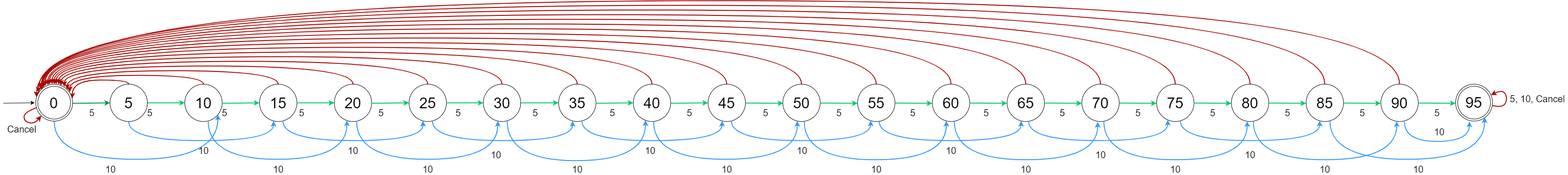
Before: pic/DFA-95.png, a diagram exported from draw.io (NatnichaTongrod/MEP-Cosmetic). Source tidied: cells renumbered, new cells last; positions are measured from the earlier drawing's top-left corner, leaving out a move shared by most shapes.
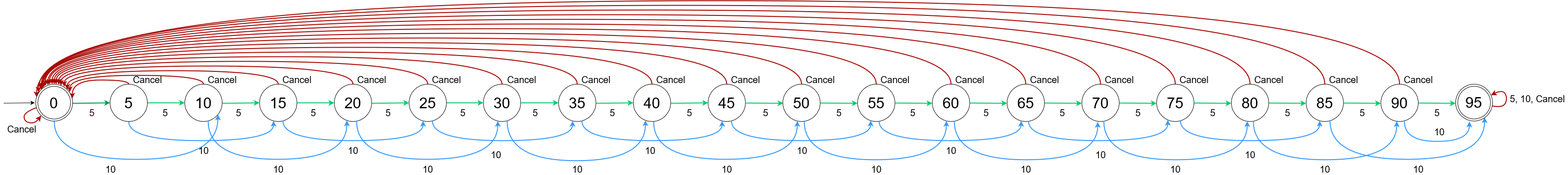
After the commit.

Diff of the diagram source:
```diff
@@ -47,7 +47,7 @@
       <mxGeometry relative="1" as="geometry" />
     </mxCell>
     <mxCell id="10" value="&lt;font style=&quot;font-size: 20px&quot;&gt;5&lt;/font&gt;" style="text;html=1;align=center;verticalAlign=middle;" parent="1" vertex="1">
-      <mxGeometry x="299" y="229.9" width="30" height="20" as="geometry" />
+      <mxGeometry x="332" y="230" width="30" height="20" as="geometry" />
     </mxCell>
     <mxCell id="11" style="edgeStyle=orthogonalEdgeStyle;curved=1;rounded=0;jettySize=auto;html=1;exitX=0.5;exitY=0;exitDx=0;exitDy=0;entryX=1;entryY=0;entryDx=0;entryDy=0;strokeWidth=2;fillColor=#e51400;strokeColor=#A80600;" parent="1" edge="1" source="12" target="116">
       <mxGeometry relative="1" as="geometry">
@@ -66,7 +66,7 @@
       </mxGeometry>
     </mxCell>
     <mxCell id="14" value="&lt;font style=&quot;font-size: 20px&quot;&gt;5&lt;/font&gt;" style="text;html=1;align=center;verticalAlign=middle;" parent="1" vertex="1">
-      <mxGeometry x="459" y="229.9" width="30" height="20" as="geometry" />
+      <mxGeometry x="489" y="229.9" width="30" height="20" as="geometry" />
     </mxCell>
     <mxCell id="15" style="edgeStyle=orthogonalEdgeStyle;curved=1;rounded=0;jettySize=auto;html=1;exitX=0.5;exitY=0;exitDx=0;exitDy=0;entryX=0.771;entryY=0.068;entryDx=0;entryDy=0;entryPerimeter=0;strokeWidth=2;fillColor=#e51400;strokeColor=#A80600;" parent="1" edge="1" source="16" target="116">
       <mxGeometry relative="1" as="geometry">
@@ -83,7 +83,7 @@
       <mxGeometry relative="1" as="geometry" />
     </mxCell>
     <mxCell id="18" value="&lt;font style=&quot;font-size: 20px&quot;&gt;5&lt;/font&gt;" style="text;html=1;align=center;verticalAlign=middle;" parent="1" vertex="1">
-      <mxGeometry x="624" y="229.9" width="30" height="20" as="geometry" />
+      <mxGeometry x="649" y="230" width="30" height="20" as="geometry" />
     </mxCell>
     <mxCell id="19" style="edgeStyle=orthogonalEdgeStyle;curved=1;rounded=0;jettySize=auto;html=1;exitX=0.5;exitY=0;exitDx=0;exitDy=0;strokeWidth=2;fillColor=#e51400;strokeColor=#A80600;entryX=0.684;entryY=0.041;entryDx=0;entryDy=0;entryPerimeter=0;" parent="1" edge="1" source="20" target="116">
       <mxGeometry relative="1" as="geometry">
@@ -102,7 +102,7 @@
       </mxGeometry>
     </mxCell>
     <mxCell id="22" value="&lt;font style=&quot;font-size: 20px&quot;&gt;5&lt;/font&gt;" style="text;html=1;align=center;verticalAlign=middle;" parent="1" vertex="1">
-      <mxGeometry x="794" y="229.9" width="30" height="20" as="geometry" />
+      <mxGeometry x="809" y="230" width="30" height="20" as="geometry" />
     </mxCell>
     <mxCell id="23" style="edgeStyle=orthogonalEdgeStyle;curved=1;rounded=0;jettySize=auto;html=1;exitX=0.5;exitY=0;exitDx=0;exitDy=0;strokeWidth=2;entryX=0.623;entryY=0.01;entryDx=0;entryDy=0;fillColor=#e51400;strokeColor=#A80600;entryPerimeter=0;" parent="1" edge="1" source="24" target="116">
       <mxGeometry relative="1" as="geometry">
@@ -121,7 +121,7 @@
       </mxGeometry>
     </mxCell>
     <mxCell id="26" value="&lt;font style=&quot;font-size: 20px&quot;&gt;5&lt;/font&gt;" style="text;html=1;align=center;verticalAlign=middle;" parent="1" vertex="1">
-      <mxGeometry x="959" y="229.9" width="30" height="20" as="geometry" />
+      <mxGeometry x="969" y="229.9" width="30" height="20" as="geometry" />
     </mxCell>
     <mxCell id="27" style="edgeStyle=orthogonalEdgeStyle;curved=1;rounded=0;jettySize=auto;html=1;exitX=0.5;exitY=0;exitDx=0;exitDy=0;strokeWidth=2;entryX=0.551;entryY=0.003;entryDx=0;entryDy=0;entryPerimeter=0;fillColor=#e51400;strokeColor=#A80600;" parent="1" edge="1" source="28" target="116">
       <mxGeometry relative="1" as="geometry">
@@ -634,5 +634,59 @@
     <mxCell id="127" value="&lt;font style=&quot;font-size: 32px&quot;&gt;5&lt;br&gt;&lt;/font&gt;" style="ellipse;whiteSpace=wrap;html=1;" parent="1" vertex="1">
       <mxGeometry x="229" y="178.9" width="80" height="80" as="geometry" />
     </mxCell>
+    <mxCell id="128" value="&lt;span style=&quot;font-size: 20px&quot;&gt;Cancel&lt;/span&gt;" style="text;html=1;align=center;verticalAlign=middle;" parent="1" vertex="1">
+      <mxGeometry x="269" y="159" width="80" height="20" as="geometry" />
+    </mxCell>
+    <mxCell id="129" value="&lt;span style=&quot;font-size: 20px&quot;&gt;Cancel&lt;/span&gt;" style="text;html=1;align=center;verticalAlign=middle;" parent="1" vertex="1">
+      <mxGeometry x="429" y="159" width="80" height="20" as="geometry" />
+    </mxCell>
+    <mxCell id="130" value="&lt;span style=&quot;font-size: 20px&quot;&gt;Cancel&lt;/span&gt;" style="text;html=1;align=center;verticalAlign=middle;" parent="1" vertex="1">
+      <mxGeometry x="589" y="158.9" width="80" height="20" as="geometry" />
+    </mxCell>
+    <mxCell id="131" value="&lt;span style=&quot;font-size: 20px&quot;&gt;Cancel&lt;/span&gt;" style="text;html=1;align=center;verticalAlign=middle;" parent="1" vertex="1">
+      <mxGeometry x="749" y="158.9" width="80" height="20" as="geometry" />
+    </mxCell>
+    <mxCell id="132" value="&lt;span style=&quot;font-size: 20px&quot;&gt;Cancel&lt;/span&gt;" style="text;html=1;align=center;verticalAlign=middle;" parent="1" vertex="1">
+      <mxGeometry x="909" y="159" width="80" height="20" as="geometry" />
+    </mxCell>
+    <mxCell id="133" value="&lt;span style=&quot;font-size: 20px&quot;&gt;Cancel&lt;/span&gt;" style="text;html=1;align=center;verticalAlign=middle;" parent="1" vertex="1">
+      <mxGeometry x="1070" y="159" width="80" height="20" as="geometry" />
+    </mxCell>
+    <mxCell id="134" value="&lt;span style=&quot;font-size: 20px&quot;&gt;Cancel&lt;/span&gt;" style="text;html=1;align=center;verticalAlign=middle;" parent="1" vertex="1">
+      <mxGeometry x="1229" y="158.9" width="80" height="20" as="geometry" />
+    </mxCell>
+    <mxCell id="135" value="&lt;span style=&quot;font-size: 20px&quot;&gt;Cancel&lt;/span&gt;" style="text;html=1;align=center;verticalAlign=middle;" parent="1" vertex="1">
+      <mxGeometry x="1389" y="159" width="80" height="20" as="geometry" />
+    </mxCell>
+    <mxCell id="136" value="&lt;span style=&quot;font-size: 20px&quot;&gt;Cancel&lt;/span&gt;" style="text;html=1;align=center;verticalAlign=middle;" parent="1" vertex="1">
+      <mxGeometry x="1549" y="159" width="80" height="20" as="geometry" />
+    </mxCell>
+    <mxCell id="137" value="&lt;span style=&quot;font-size: 20px&quot;&gt;Cancel&lt;/span&gt;" style="text;html=1;align=center;verticalAlign=middle;" parent="1" vertex="1">
+      <mxGeometry x="1709" y="159" width="80" height="20" as="geometry" />
+    </mxCell>
+    <mxCell id="138" value="&lt;span style=&quot;font-size: 20px&quot;&gt;Cancel&lt;/span&gt;" style="text;html=1;align=center;verticalAlign=middle;" parent="1" vertex="1">
+      <mxGeometry x="1869" y="159" width="80" height="20" as="geometry" />
+    </mxCell>
+    <mxCell id="139" value="&lt;span style=&quot;font-size: 20px&quot;&gt;Cancel&lt;/span&gt;" style="text;html=1;align=center;verticalAlign=middle;" parent="1" vertex="1">
+      <mxGeometry x="2029" y="159" width="80" height="20" as="geometry" />
+    </mxCell>
+    <mxCell id="140" value="&lt;span style=&quot;font-size: 20px&quot;&gt;Cancel&lt;/span&gt;" style="text;html=1;align=center;verticalAlign=middle;" parent="1" vertex="1">
+      <mxGeometry x="2189" y="159" width="80" height="20" as="geometry" />
+    </mxCell>
+    <mxCell id="141" value="&lt;span style=&quot;font-size: 20px&quot;&gt;Cancel&lt;/span&gt;" style="text;html=1;align=center;verticalAlign=middle;" parent="1" vertex="1">
+      <mxGeometry x="2349" y="159" width="80" height="20" as="geometry" />
+    </mxCell>
+    <mxCell id="142" value="&lt;span style=&quot;font-size: 20px&quot;&gt;Cancel&lt;/span&gt;" style="text;html=1;align=center;verticalAlign=middle;" parent="1" vertex="1">
+      <mxGeometry x="2509" y="159" width="80" height="20" as="geometry" />
+    </mxCell>
+    <mxCell id="143" value="&lt;span style=&quot;font-size: 20px&quot;&gt;Cancel&lt;/span&gt;" style="text;html=1;align=center;verticalAlign=middle;" parent="1" vertex="1">
+      <mxGeometry x="2669" y="158.9" width="80" height="20" as="geometry" />
+    </mxCell>
+    <mxCell id="144" value="&lt;span style=&quot;font-size: 20px&quot;&gt;Cancel&lt;/span&gt;" style="text;html=1;align=center;verticalAlign=middle;" parent="1" vertex="1">
+      <mxGeometry x="2829" y="158.9" width="80" height="20" as="geometry" />
+    </mxCell>
+    <mxCell id="145" value="&lt;span style=&quot;font-size: 20px&quot;&gt;Cancel&lt;/span&gt;" style="text;html=1;align=center;verticalAlign=middle;" parent="1" vertex="1">
+      <mxGeometry x="2989" y="158.9" width="80" height="20" as="geometry" />
+    </mxCell>
   </root>
 </mxGraphModel>
```
